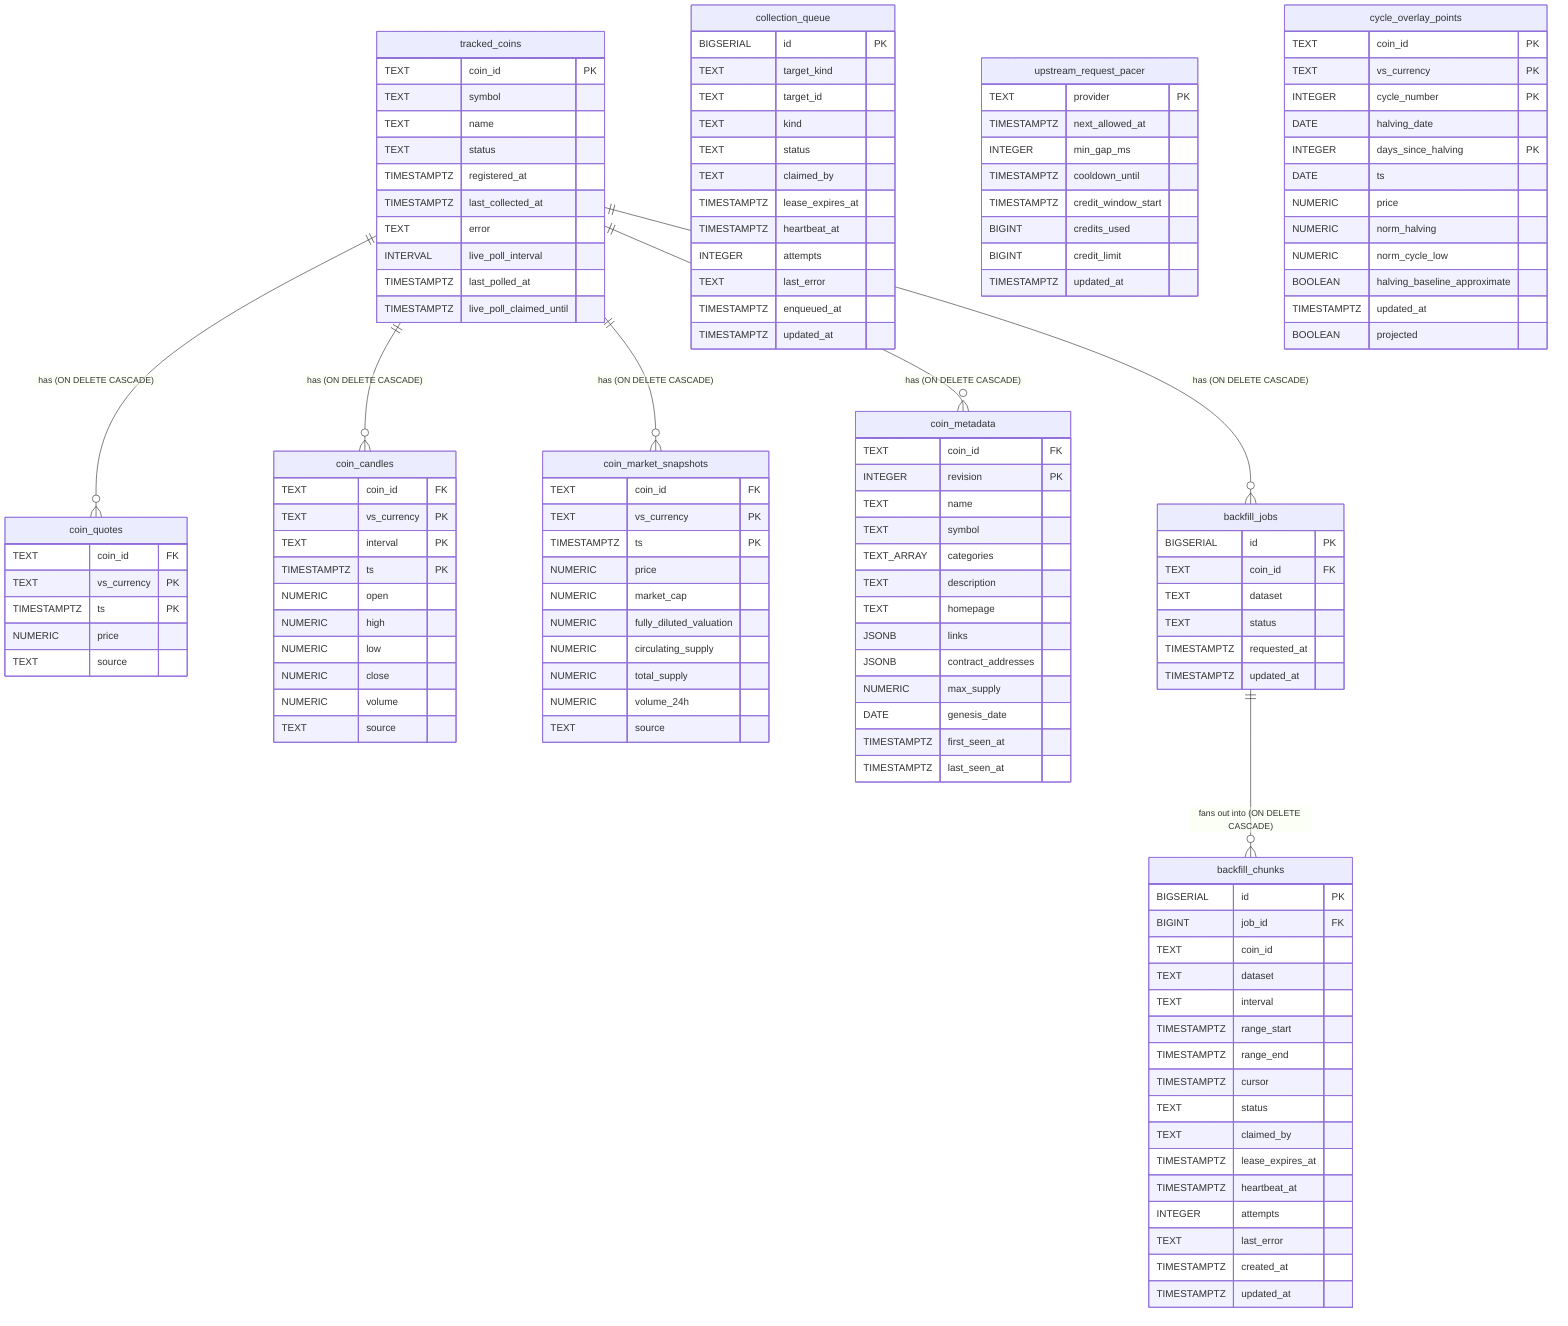
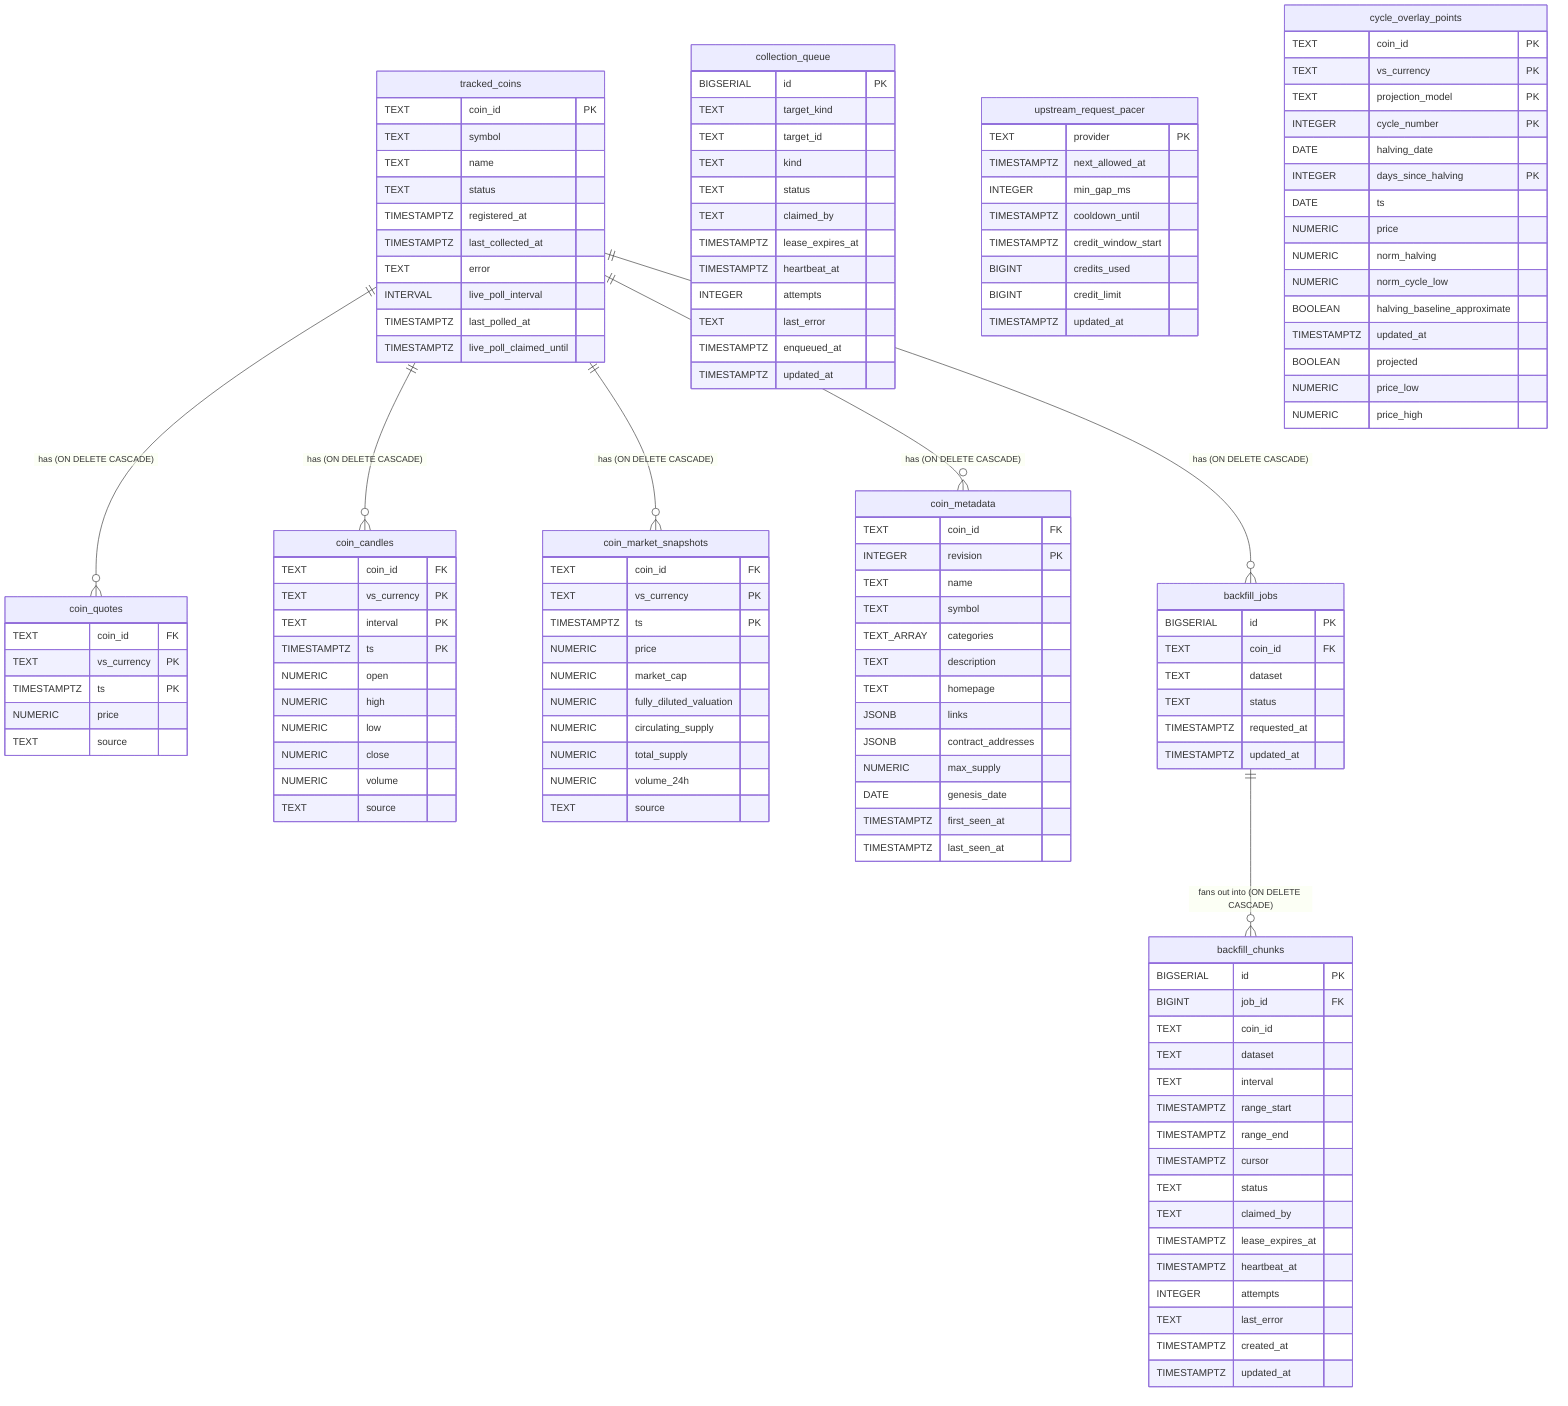
erDiagram
    tracked_coins {
        TEXT coin_id PK
        TEXT symbol
        TEXT name
        TEXT status
        TIMESTAMPTZ registered_at
        TIMESTAMPTZ last_collected_at
        TEXT error
        INTERVAL live_poll_interval
        TIMESTAMPTZ last_polled_at
        TIMESTAMPTZ live_poll_claimed_until
    }

    coin_quotes {
        TEXT coin_id FK
        TEXT vs_currency PK
        TIMESTAMPTZ ts PK
        NUMERIC price
        TEXT source
    }

    coin_candles {
        TEXT coin_id FK
        TEXT vs_currency PK
        TEXT interval PK
        TIMESTAMPTZ ts PK
        NUMERIC open
        NUMERIC high
        NUMERIC low
        NUMERIC close
        NUMERIC volume
        TEXT source
    }

    coin_market_snapshots {
        TEXT coin_id FK
        TEXT vs_currency PK
        TIMESTAMPTZ ts PK
        NUMERIC price
        NUMERIC market_cap
        NUMERIC fully_diluted_valuation
        NUMERIC circulating_supply
        NUMERIC total_supply
        NUMERIC volume_24h
        TEXT source
    }

    coin_metadata {
        TEXT coin_id FK
        INTEGER revision PK
        TEXT name
        TEXT symbol
        TEXT_ARRAY categories
        TEXT description
        TEXT homepage
        JSONB links
        JSONB contract_addresses
        NUMERIC max_supply
        DATE genesis_date
        TIMESTAMPTZ first_seen_at
        TIMESTAMPTZ last_seen_at
    }

    collection_queue {
        BIGSERIAL id PK
        TEXT target_kind
        TEXT target_id
        TEXT kind
        TEXT status
        TEXT claimed_by
        TIMESTAMPTZ lease_expires_at
        TIMESTAMPTZ heartbeat_at
        INTEGER attempts
        TEXT last_error
        TIMESTAMPTZ enqueued_at
        TIMESTAMPTZ updated_at
    }

    backfill_jobs {
        BIGSERIAL id PK
        TEXT coin_id FK
        TEXT dataset
        TEXT status
        TIMESTAMPTZ requested_at
        TIMESTAMPTZ updated_at
    }

    backfill_chunks {
        BIGSERIAL id PK
        BIGINT job_id FK
        TEXT coin_id
        TEXT dataset
        TEXT interval
        TIMESTAMPTZ range_start
        TIMESTAMPTZ range_end
        TIMESTAMPTZ cursor
        TEXT status
        TEXT claimed_by
        TIMESTAMPTZ lease_expires_at
        TIMESTAMPTZ heartbeat_at
        INTEGER attempts
        TEXT last_error
        TIMESTAMPTZ created_at
        TIMESTAMPTZ updated_at
    }

    upstream_request_pacer {
        TEXT provider PK
        TIMESTAMPTZ next_allowed_at
        INTEGER min_gap_ms
        TIMESTAMPTZ cooldown_until
        TIMESTAMPTZ credit_window_start
        BIGINT credits_used
        BIGINT credit_limit
        TIMESTAMPTZ updated_at
    }

    cycle_overlay_points {
        TEXT coin_id PK
        TEXT vs_currency PK
+         TEXT projection_model PK
        INTEGER cycle_number PK
        DATE halving_date
        INTEGER days_since_halving PK
        DATE ts
        NUMERIC price
        NUMERIC norm_halving
        NUMERIC norm_cycle_low
        BOOLEAN halving_baseline_approximate
        TIMESTAMPTZ updated_at
        BOOLEAN projected
+         NUMERIC price_low
+         NUMERIC price_high
    }

    tracked_coins ||--o{ coin_quotes : "has (ON DELETE CASCADE)"
    tracked_coins ||--o{ coin_candles : "has (ON DELETE CASCADE)"
    tracked_coins ||--o{ coin_market_snapshots : "has (ON DELETE CASCADE)"
    tracked_coins ||--o{ coin_metadata : "has (ON DELETE CASCADE)"
    tracked_coins ||--o{ backfill_jobs : "has (ON DELETE CASCADE)"
    backfill_jobs ||--o{ backfill_chunks : "fans out into (ON DELETE CASCADE)"
